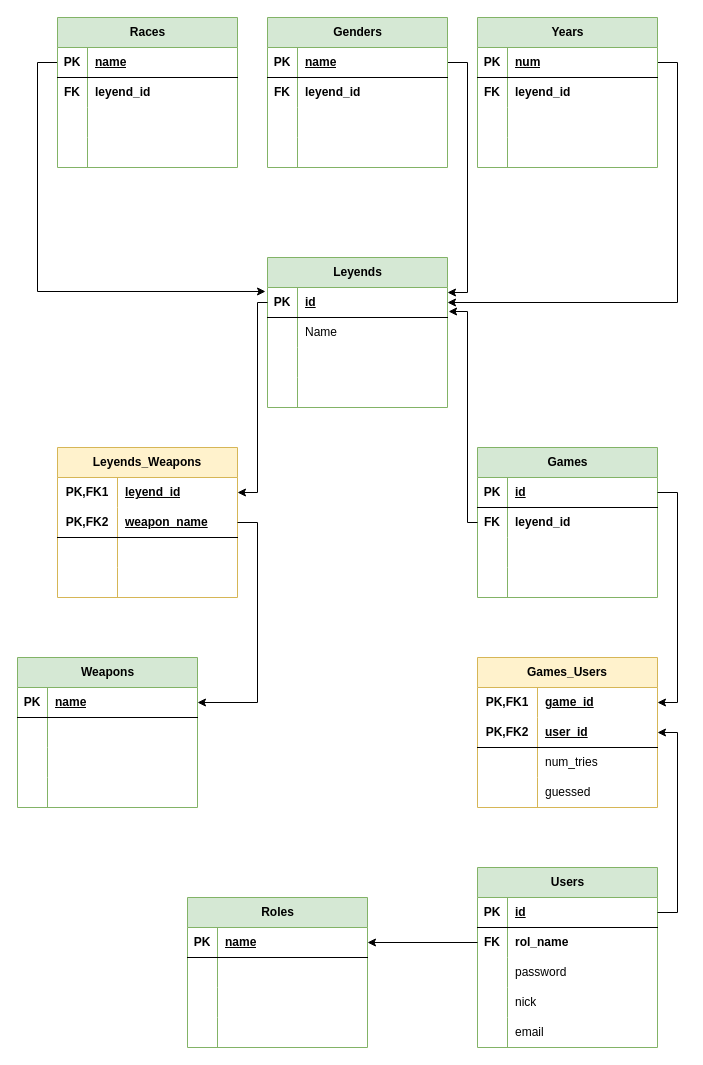
Before: SQL/Diagram/Relational-Model.drawio in Angel-L-G/Brawdle, a draw.io diagram. Source tidied: cells renumbered, new cells numbered last; positions are measured from the earlier drawing's top-left corner, leaving out a move shared by most shapes. Both pictures are drawn from the tidied source at 100%, with x=0, y=0 at pixel (17, 17).
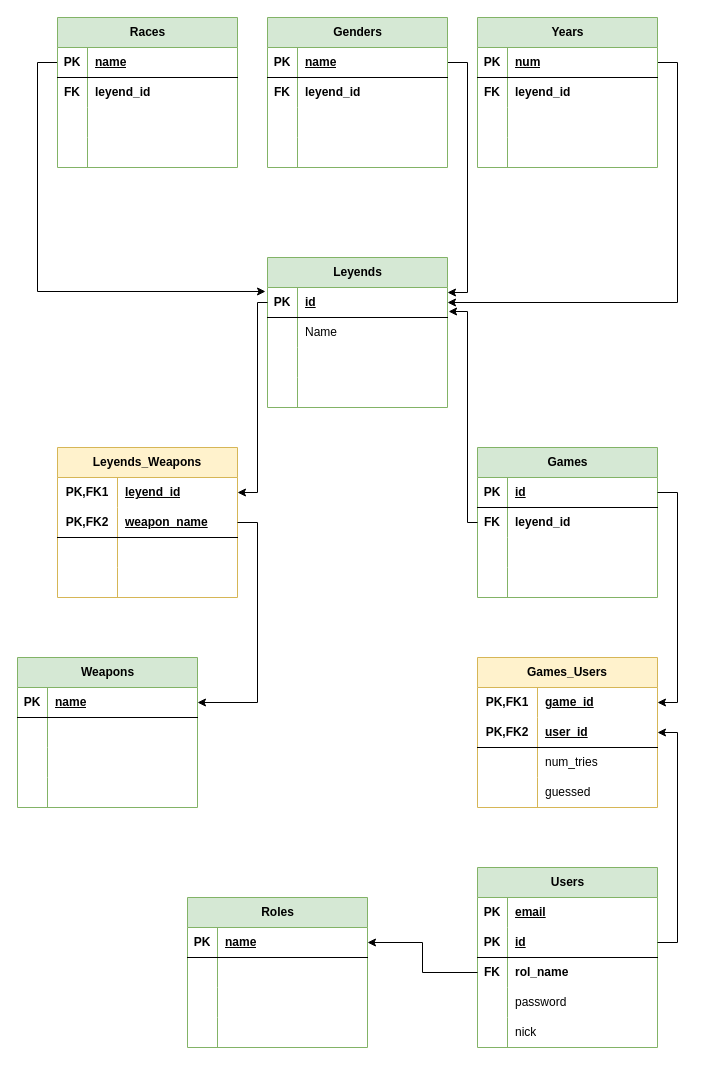
After the change.

Commit message:
fix: fixed a normalization problem Relational-Model.drawio

The change refers to these unchanged cells:
```xml
<mxCell id="113" value="Users" style="shape=table;startSize=30;childLayout=tableLayout;rowLines=0;fontStyle=1;align=center;html=1;fillColor=#d5e8d4;strokeColor=#82b366;" parent="1" vertex="1">
  <mxGeometry x="460" y="850" width="180" height="180" as="geometry" />
</mxCell>
```

Change to the diagram source:
```diff
@@
+    <mxCell id="126" style="shape=tableRow;horizontal=0;startSize=0;swimlaneHead=0;swimlaneBody=0;fillColor=none;top=0;left=0;right=0;bottom=0;" parent="113" vertex="1">
+      <mxGeometry y="30" width="180" height="30" as="geometry" />
+    </mxCell>
+    <mxCell id="127" value="&lt;b&gt;PK&lt;/b&gt;" style="shape=partialRectangle;fillColor=none;top=0;left=0;bottom=0;right=0;overflow=hidden;whiteSpace=wrap;html=1;" parent="126" vertex="1">
+      <mxGeometry width="30" height="30" as="geometry" />
+    </mxCell>
+    <mxCell id="128" value="&lt;b&gt;&lt;u&gt;email&lt;/u&gt;&lt;/b&gt;" style="shape=partialRectangle;fillColor=none;top=0;left=0;bottom=0;right=0;align=left;spacingLeft=6;overflow=hidden;whiteSpace=wrap;html=1;" parent="126" vertex="1">
+      <mxGeometry x="30" width="150" height="30" as="geometry" />
+    </mxCell>
     <mxCell id="114" style="shape=tableRow;horizontal=0;startSize=0;swimlaneHead=0;swimlaneBody=0;fillColor=none;points=[[0,0.5],[1,0.5]];portConstraint=eastwest;top=0;left=0;right=0;bottom=1;" parent="113" vertex="1">
-      <mxGeometry y="30" width="180" height="30" as="geometry" />
+      <mxGeometry y="60" width="180" height="30" as="geometry" />
     </mxCell>
@@
     <mxCell id="117" style="shape=tableRow;horizontal=0;startSize=0;swimlaneHead=0;swimlaneBody=0;fillColor=none;points=[[0,0.5],[1,0.5]];portConstraint=eastwest;top=0;left=0;right=0;bottom=0;" parent="113" vertex="1">
-      <mxGeometry y="60" width="180" height="30" as="geometry" />
+      <mxGeometry y="90" width="180" height="30" as="geometry" />
     </mxCell>
@@
     <mxCell id="120" style="shape=tableRow;horizontal=0;startSize=0;swimlaneHead=0;swimlaneBody=0;fillColor=none;top=0;left=0;right=0;bottom=0;" parent="113" vertex="1">
-      <mxGeometry y="90" width="180" height="30" as="geometry" />
+      <mxGeometry y="120" width="180" height="30" as="geometry" />
     </mxCell>
@@
     <mxCell id="123" style="shape=tableRow;horizontal=0;startSize=0;swimlaneHead=0;swimlaneBody=0;fillColor=none;top=0;left=0;right=0;bottom=0;" parent="113" vertex="1">
-      <mxGeometry y="120" width="180" height="30" as="geometry" />
+      <mxGeometry y="150" width="180" height="30" as="geometry" />
     </mxCell>
@@
-    <mxCell id="126" style="shape=tableRow;horizontal=0;startSize=0;swimlaneHead=0;swimlaneBody=0;fillColor=none;top=0;left=0;right=0;bottom=0;" parent="113" vertex="1">
-      <mxGeometry y="150" width="180" height="30" as="geometry" />
-    </mxCell>
-    <mxCell id="127" style="shape=partialRectangle;fillColor=none;top=0;left=0;bottom=0;right=0;overflow=hidden;whiteSpace=wrap;html=1;" parent="126" vertex="1">
-      <mxGeometry width="30" height="30" as="geometry" />
-    </mxCell>
-    <mxCell id="128" value="email" style="shape=partialRectangle;fillColor=none;top=0;left=0;bottom=0;right=0;align=left;spacingLeft=6;overflow=hidden;whiteSpace=wrap;html=1;" parent="126" vertex="1">
-      <mxGeometry x="30" width="150" height="30" as="geometry" />
-    </mxCell>
```
